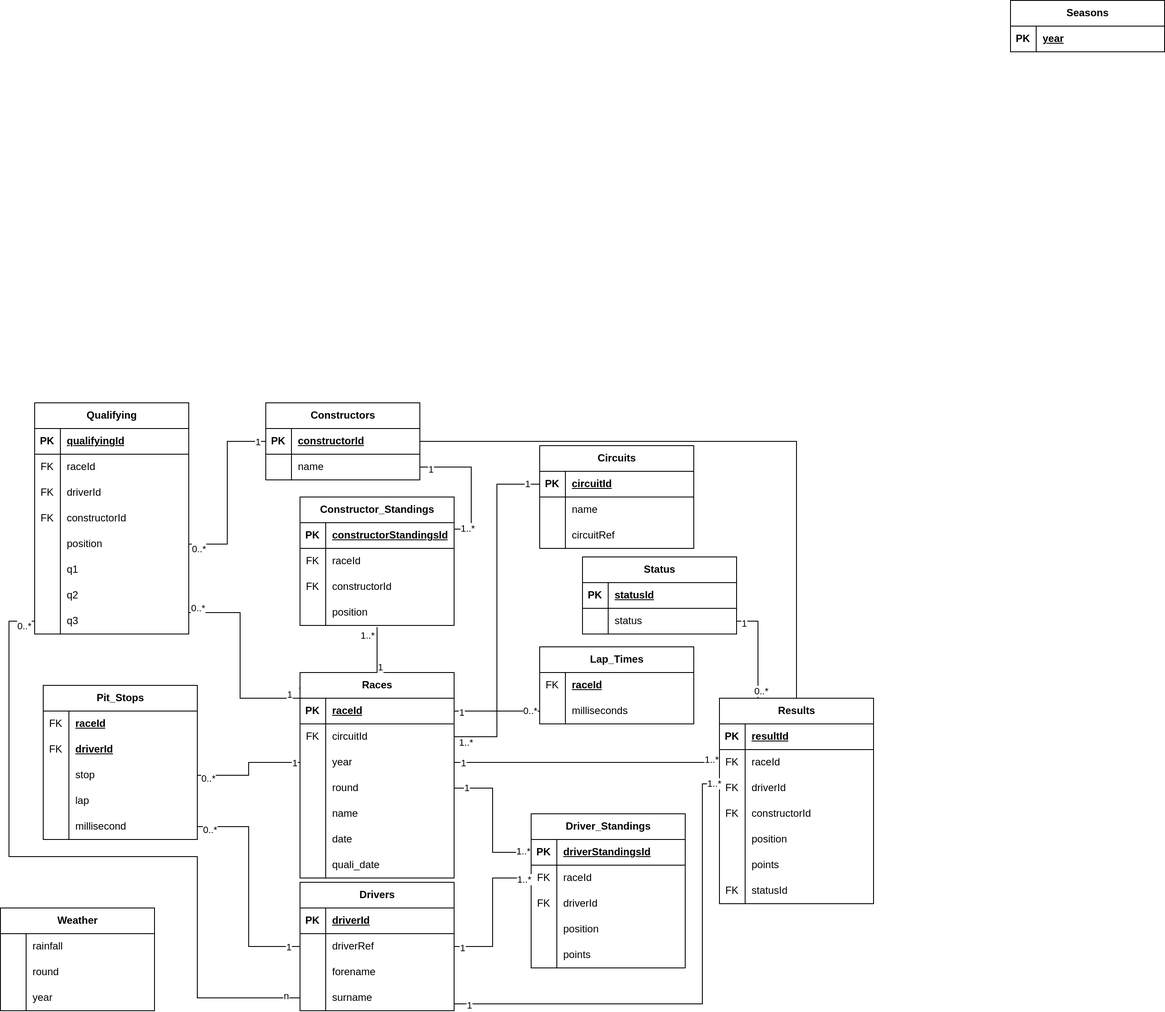
Before: doc/assets/cleaned-data-schema.png, a diagram exported from draw.io (gianfurrer/hslu-bdlc-project). Source tidied: cells renumbered, new cells last; positions are measured from the earlier drawing's top-left corner, leaving out a move shared by most shapes.
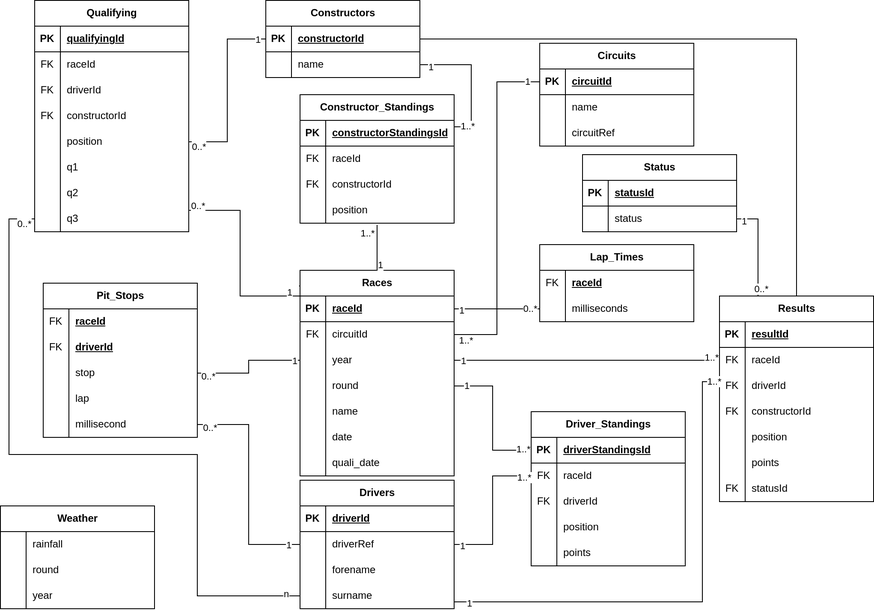
The same diagram one commit later.

Diff of the diagram source:
```diff
@@ -462,18 +462,6 @@
     <mxCell id="149" value="statusId" style="shape=partialRectangle;fillColor=none;top=0;left=0;bottom=0;right=0;align=left;spacingLeft=6;overflow=hidden;whiteSpace=wrap;html=1;" parent="147" vertex="1">
       <mxGeometry x="30" width="150" height="30" as="geometry" />
     </mxCell>
-    <mxCell id="150" value="Seasons" style="shape=table;startSize=30;rowLines=0;fontStyle=1;align=center;html=1;" parent="1" vertex="1">
-      <mxGeometry x="1180" width="180" height="60" as="geometry" />
-    </mxCell>
-    <mxCell id="151" style="shape=tableRow;horizontal=0;startSize=0;swimlaneHead=0;swimlaneBody=0;fillColor=none;top=0;left=0;right=0;bottom=1;" parent="150" vertex="1">
-      <mxGeometry y="30" width="180" height="30" as="geometry" />
-    </mxCell>
-    <mxCell id="152" value="PK" style="shape=partialRectangle;fillColor=none;top=0;left=0;bottom=0;right=0;fontStyle=1;overflow=hidden;whiteSpace=wrap;html=1;" parent="151" vertex="1">
-      <mxGeometry width="30" height="30" as="geometry" />
-    </mxCell>
-    <mxCell id="153" value="year" style="shape=partialRectangle;fillColor=none;top=0;left=0;bottom=0;right=0;align=left;spacingLeft=6;fontStyle=5;overflow=hidden;whiteSpace=wrap;html=1;" parent="151" vertex="1">
-      <mxGeometry x="30" width="150" height="30" as="geometry" />
-    </mxCell>
     <mxCell id="154" value="Status" style="shape=table;startSize=30;rowLines=0;fontStyle=1;align=center;html=1;" parent="1" vertex="1">
       <mxGeometry x="680" y="650" width="180" height="90" as="geometry" />
     </mxCell>
```
